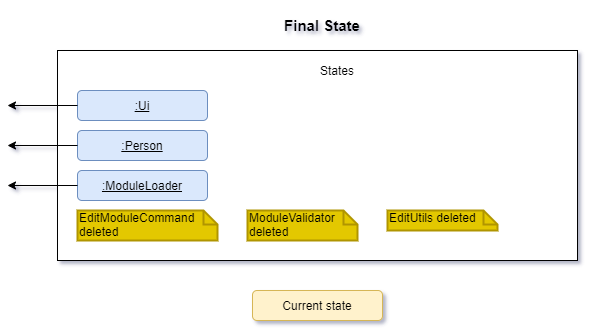
Before: docs/images/DeveloperGuide/editModuleCommand_finalState.png, a diagram exported from draw.io (vanessa-kang/tp). Source tidied: cells renumbered, new cells last; positions are measured from the earlier drawing's top-left corner, leaving out a move shared by most shapes.
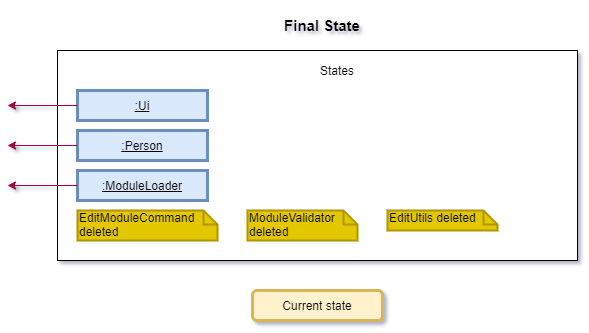
After the change.

Commit message:
Amended state diagram formats in DG

The edit, as a diff of the source:
```diff
@@ -11,31 +11,31 @@
     <mxCell id="4" value="States" style="text;html=1;strokeColor=none;fillColor=none;align=center;verticalAlign=middle;whiteSpace=wrap;rounded=0;" parent="1" vertex="1">
       <mxGeometry x="310" y="60" width="40" height="20" as="geometry" />
     </mxCell>
-    <mxCell id="5" value=":Ui" style="rounded=1;whiteSpace=wrap;html=1;fillColor=#dae8fc;strokeColor=#6c8ebf;fontStyle=4;" parent="1" vertex="1">
+    <mxCell id="5" value=":Ui" style="rounded=0;whiteSpace=wrap;html=1;fillColor=#dae8fc;strokeColor=#6c8ebf;fontStyle=4;strokeWidth=3;" parent="1" vertex="1">
       <mxGeometry x="70" y="90" width="130" height="30" as="geometry" />
     </mxCell>
-    <mxCell id="6" value=":Person" style="rounded=1;whiteSpace=wrap;html=1;fillColor=#dae8fc;strokeColor=#6c8ebf;fontStyle=4;" parent="1" vertex="1">
+    <mxCell id="6" value=":Person" style="rounded=0;whiteSpace=wrap;html=1;fillColor=#dae8fc;strokeColor=#6c8ebf;fontStyle=4;strokeWidth=3;" parent="1" vertex="1">
       <mxGeometry x="70" y="130" width="130" height="30" as="geometry" />
     </mxCell>
-    <mxCell id="7" value=":ModuleLoader" style="rounded=1;whiteSpace=wrap;html=1;fillColor=#dae8fc;strokeColor=#6c8ebf;fontStyle=4;" parent="1" vertex="1">
+    <mxCell id="7" value=":ModuleLoader" style="rounded=0;whiteSpace=wrap;html=1;fillColor=#dae8fc;strokeColor=#6c8ebf;fontStyle=4;strokeWidth=3;" parent="1" vertex="1">
       <mxGeometry x="70" y="170" width="130" height="30" as="geometry" />
     </mxCell>
-    <mxCell id="8" style="endArrow=classic;html=1;exitX=0;exitY=0.5;exitDx=0;exitDy=0;" parent="1" edge="1" source="5">
+    <mxCell id="8" style="endArrow=classic;html=1;exitX=0;exitY=0.5;exitDx=0;exitDy=0;fillColor=#d80073;strokeColor=#A50040;" parent="1" edge="1" source="5">
       <mxGeometry relative="1" as="geometry">
         <mxPoint y="105" as="targetPoint" />
       </mxGeometry>
     </mxCell>
-    <mxCell id="9" style="endArrow=classic;html=1;exitX=0;exitY=0.5;exitDx=0;exitDy=0;" parent="1" edge="1" source="6">
+    <mxCell id="9" style="endArrow=classic;html=1;exitX=0;exitY=0.5;exitDx=0;exitDy=0;fillColor=#d80073;strokeColor=#A50040;" parent="1" edge="1" source="6">
       <mxGeometry relative="1" as="geometry">
         <mxPoint y="145" as="targetPoint" />
       </mxGeometry>
     </mxCell>
-    <mxCell id="10" style="endArrow=classic;html=1;exitX=0;exitY=0.5;exitDx=0;exitDy=0;" parent="1" edge="1" source="7">
+    <mxCell id="10" style="endArrow=classic;html=1;exitX=0;exitY=0.5;exitDx=0;exitDy=0;fillColor=#d80073;strokeColor=#A50040;" parent="1" edge="1" source="7">
       <mxGeometry relative="1" as="geometry">
         <mxPoint y="185" as="targetPoint" />
       </mxGeometry>
     </mxCell>
-    <mxCell id="11" value="Current state" style="rounded=1;whiteSpace=wrap;html=1;fillColor=#fff2cc;strokeColor=#d6b656;fontStyle=0;" parent="1" vertex="1">
+    <mxCell id="11" value="Current state" style="rounded=1;whiteSpace=wrap;html=1;fillColor=#fff2cc;strokeColor=#d6b656;fontStyle=0;strokeWidth=3;" parent="1" vertex="1">
       <mxGeometry x="245" y="290" width="130" height="30" as="geometry" />
     </mxCell>
     <mxCell id="12" value="EditModuleCommand deleted" style="shape=note;whiteSpace=wrap;html=1;size=14;verticalAlign=top;align=left;spacingTop=-6;fillColor=#e3c800;strokeColor=#B09500;labelBorderColor=none;strokeWidth=2;" parent="1" vertex="1">
```
